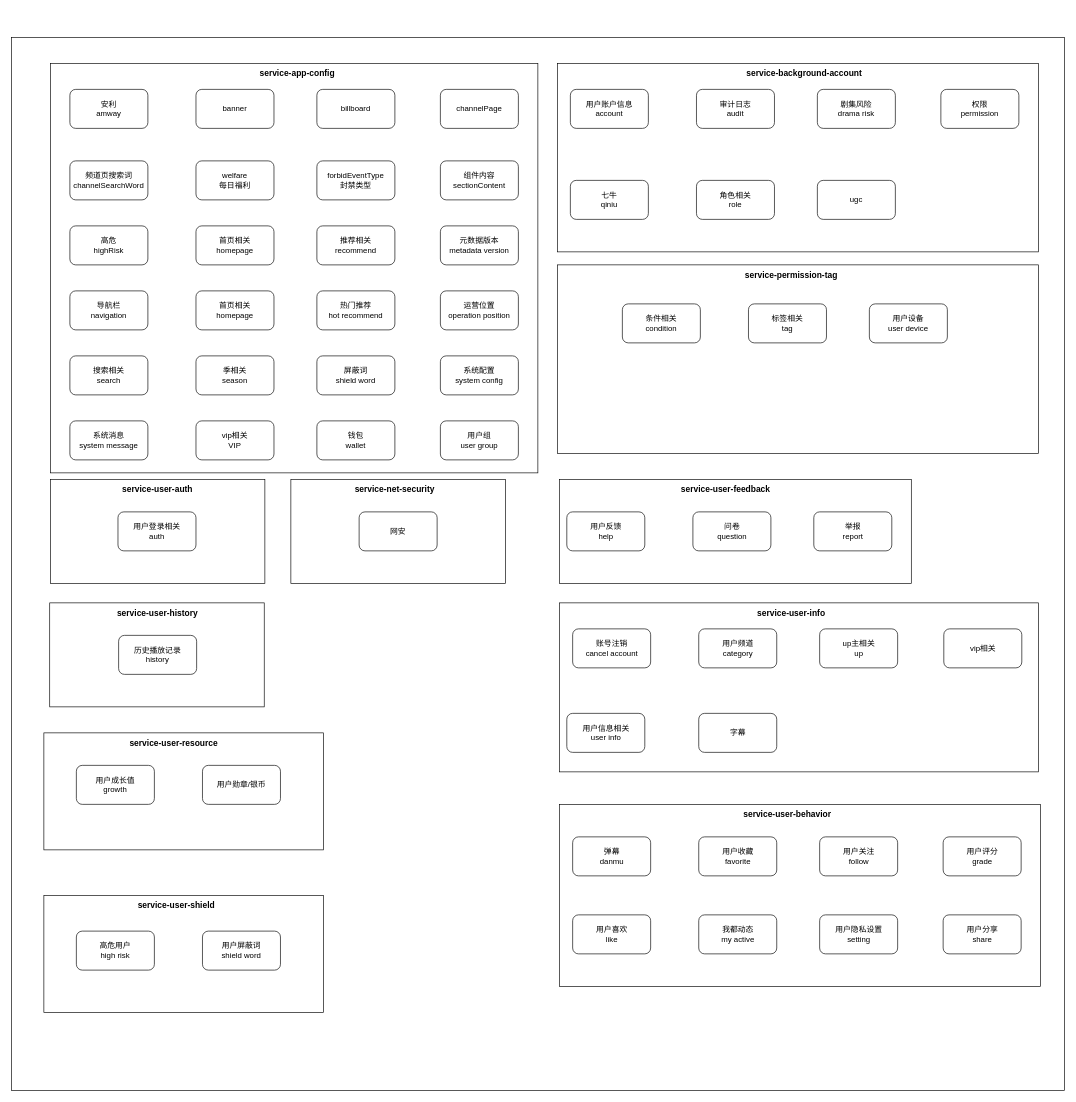
Before: page "All" (12 of 12) of service-app-config.drawio in songmulin/rr-business, a draw.io diagram. Source tidied: cells renumbered, new cells numbered last; positions are measured from the earlier drawing's top-left corner, leaving out a move shared by most shapes. Both pictures are drawn from the tidied source at 65%, with x=0, y=0 at pixel (11, 37).
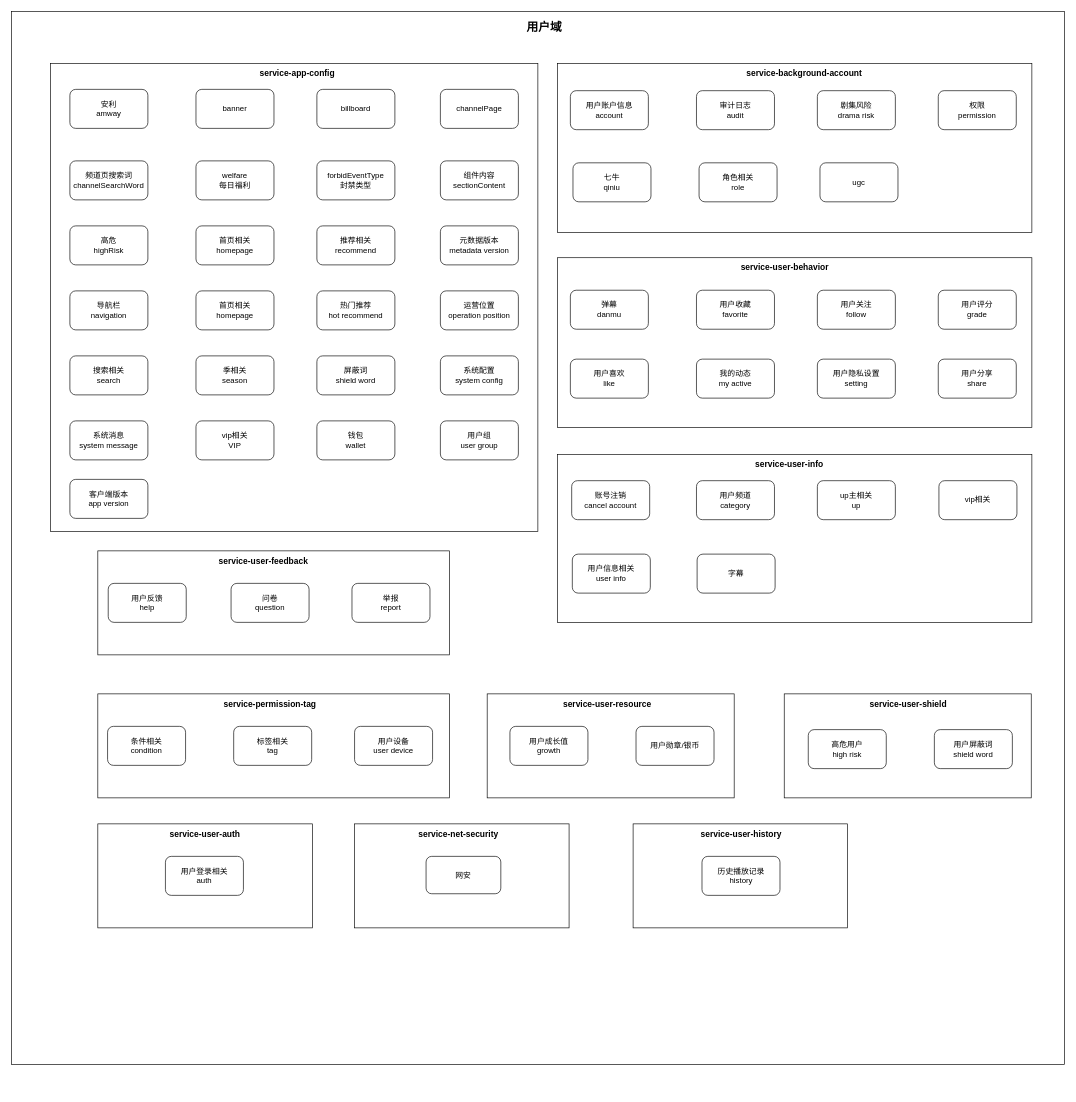
Above is the later version.

Diff of the diagram source:
```diff
@@
     <mxCell id="2" style="whiteSpace=wrap;html=1;" parent="1" vertex="1">
-      <mxGeometry width="1620" height="1620" as="geometry" />
+      <mxGeometry y="-40" width="1620" height="1620" as="geometry" />
     </mxCell>
     <mxCell id="3" style="rounded=0;whiteSpace=wrap;html=1;" parent="1" vertex="1">
-      <mxGeometry x="60" y="40" width="750" height="630" as="geometry" />
+      <mxGeometry x="60" y="40" width="750" height="720" as="geometry" />
     </mxCell>
@@
     <mxCell id="29" style="rounded=0;whiteSpace=wrap;html=1;fontSize=13;strokeWidth=1;" parent="1" vertex="1">
-      <mxGeometry x="840" y="40" width="740" height="290" as="geometry" />
+      <mxGeometry x="840" y="40" width="730" height="260" as="geometry" />
     </mxCell>
     <mxCell id="30" value="用户账户信息&lt;br&gt;account" style="rounded=1;whiteSpace=wrap;html=1;" parent="1" vertex="1">
-      <mxGeometry x="860" y="80" width="120" height="60" as="geometry" />
+      <mxGeometry x="860" y="82" width="120" height="60" as="geometry" />
     </mxCell>
     <mxCell id="31" value="审计日志&lt;br&gt;audit" style="rounded=1;whiteSpace=wrap;html=1;" parent="1" vertex="1">
-      <mxGeometry x="1054" y="80" width="120" height="60" as="geometry" />
+      <mxGeometry x="1054" y="82" width="120" height="60" as="geometry" />
     </mxCell>
     <mxCell id="32" value="剧集风险&lt;br&gt;drama risk" style="rounded=1;whiteSpace=wrap;html=1;" parent="1" vertex="1">
-      <mxGeometry x="1240" y="80" width="120" height="60" as="geometry" />
+      <mxGeometry x="1240" y="82" width="120" height="60" as="geometry" />
     </mxCell>
     <mxCell id="33" value="权限&lt;br&gt;permission" style="rounded=1;whiteSpace=wrap;html=1;" parent="1" vertex="1">
-      <mxGeometry x="1430" y="80" width="120" height="60" as="geometry" />
+      <mxGeometry x="1426" y="82" width="120" height="60" as="geometry" />
     </mxCell>
     <mxCell id="34" value="七牛&lt;br&gt;qiniu" style="rounded=1;whiteSpace=wrap;html=1;" parent="1" vertex="1">
-      <mxGeometry x="860" y="220" width="120" height="60" as="geometry" />
+      <mxGeometry x="864" y="193" width="120" height="60" as="geometry" />
     </mxCell>
     <mxCell id="35" value="角色相关&lt;br&gt;role" style="rounded=1;whiteSpace=wrap;html=1;" parent="1" vertex="1">
-      <mxGeometry x="1054" y="220" width="120" height="60" as="geometry" />
+      <mxGeometry x="1058" y="193" width="120" height="60" as="geometry" />
     </mxCell>
     <mxCell id="36" value="ugc" style="rounded=1;whiteSpace=wrap;html=1;" parent="1" vertex="1">
-      <mxGeometry x="1240" y="220" width="120" height="60" as="geometry" />
+      <mxGeometry x="1244" y="193" width="120" height="60" as="geometry" />
     </mxCell>
@@
-    <mxCell id="38" style="rounded=0;whiteSpace=wrap;html=1;fontSize=13;strokeWidth=1;" parent="1" vertex="1">
-      <mxGeometry x="840" y="350" width="740" height="290" as="geometry" />
-    </mxCell>
-    <mxCell id="39" value="service-permission-tag" style="text;html=1;strokeColor=none;fillColor=none;align=center;verticalAlign=middle;whiteSpace=wrap;rounded=0;strokeWidth=1;fontStyle=1;fontSize=13;" parent="1" vertex="1">
-      <mxGeometry x="1110" y="360" width="180" height="10" as="geometry" />
-    </mxCell>
-    <mxCell id="40" value="条件相关&lt;br&gt;condition" style="rounded=1;whiteSpace=wrap;html=1;" parent="1" vertex="1">
-      <mxGeometry x="940" y="410" width="120" height="60" as="geometry" />
-    </mxCell>
-    <mxCell id="41" value="标签相关&lt;br&gt;tag" style="rounded=1;whiteSpace=wrap;html=1;" parent="1" vertex="1">
-      <mxGeometry x="1134" y="410" width="120" height="60" as="geometry" />
-    </mxCell>
-    <mxCell id="42" value="用户设备&lt;br&gt;user device" style="rounded=1;whiteSpace=wrap;html=1;" parent="1" vertex="1">
-      <mxGeometry x="1320" y="410" width="120" height="60" as="geometry" />
-    </mxCell>
     <mxCell id="43" style="rounded=0;whiteSpace=wrap;html=1;fontSize=13;strokeWidth=1;" parent="1" vertex="1">
-      <mxGeometry x="60" y="680" width="330" height="160" as="geometry" />
+      <mxGeometry x="133" y="1210" width="330" height="160" as="geometry" />
     </mxCell>
     <mxCell id="44" value="service-user-auth" style="text;html=1;strokeColor=none;fillColor=none;align=center;verticalAlign=middle;whiteSpace=wrap;rounded=0;strokeWidth=1;fontStyle=1;fontSize=13;" parent="1" vertex="1">
-      <mxGeometry x="135" y="690" width="180" height="10" as="geometry" />
+      <mxGeometry x="208" y="1220" width="180" height="10" as="geometry" />
     </mxCell>
     <mxCell id="45" value="用户登录相关&lt;br&gt;auth" style="rounded=1;whiteSpace=wrap;html=1;" parent="1" vertex="1">
-      <mxGeometry x="164" y="730" width="120" height="60" as="geometry" />
+      <mxGeometry x="237" y="1260" width="120" height="60" as="geometry" />
     </mxCell>
     <mxCell id="46" style="rounded=0;whiteSpace=wrap;html=1;fontSize=13;strokeWidth=1;" parent="1" vertex="1">
-      <mxGeometry x="430" y="680" width="330" height="160" as="geometry" />
+      <mxGeometry x="528" y="1210" width="330" height="160" as="geometry" />
     </mxCell>
     <mxCell id="47" value="service-net-security" style="text;html=1;strokeColor=none;fillColor=none;align=center;verticalAlign=middle;whiteSpace=wrap;rounded=0;strokeWidth=1;fontStyle=1;fontSize=13;" parent="1" vertex="1">
-      <mxGeometry x="500" y="690" width="180" height="10" as="geometry" />
+      <mxGeometry x="598" y="1220" width="180" height="10" as="geometry" />
     </mxCell>
     <mxCell id="48" value="网安" style="rounded=1;whiteSpace=wrap;html=1;" parent="1" vertex="1">
-      <mxGeometry x="535" y="730" width="120" height="60" as="geometry" />
+      <mxGeometry x="638" y="1260" width="115" height="57.5" as="geometry" />
     </mxCell>
     <mxCell id="49" style="rounded=0;whiteSpace=wrap;html=1;fontSize=13;strokeWidth=1;" parent="1" vertex="1">
-      <mxGeometry x="843.5" y="1180" width="740" height="280" as="geometry" />
+      <mxGeometry x="840" y="339" width="730" height="261" as="geometry" />
     </mxCell>
     <mxCell id="50" value="弹幕&lt;br&gt;danmu" style="rounded=1;whiteSpace=wrap;html=1;" parent="1" vertex="1">
-      <mxGeometry x="863.5" y="1230" width="120" height="60" as="geometry" />
+      <mxGeometry x="860" y="389" width="120" height="60" as="geometry" />
     </mxCell>
     <mxCell id="51" value="用户收藏&lt;br&gt;favorite" style="rounded=1;whiteSpace=wrap;html=1;" parent="1" vertex="1">
-      <mxGeometry x="1057.5" y="1230" width="120" height="60" as="geometry" />
+      <mxGeometry x="1054" y="389" width="120" height="60" as="geometry" />
     </mxCell>
     <mxCell id="52" value="用户关注&lt;br&gt;follow" style="rounded=1;whiteSpace=wrap;html=1;" parent="1" vertex="1">
-      <mxGeometry x="1243.5" y="1230" width="120" height="60" as="geometry" />
+      <mxGeometry x="1240" y="389" width="120" height="60" as="geometry" />
     </mxCell>
     <mxCell id="53" value="用户评分&lt;br&gt;grade" style="rounded=1;whiteSpace=wrap;html=1;" parent="1" vertex="1">
-      <mxGeometry x="1433.5" y="1230" width="120" height="60" as="geometry" />
+      <mxGeometry x="1426" y="389" width="120" height="60" as="geometry" />
     </mxCell>
     <mxCell id="54" value="用户喜欢&lt;br&gt;like" style="rounded=1;whiteSpace=wrap;html=1;" parent="1" vertex="1">
-      <mxGeometry x="863.5" y="1350" width="120" height="60" as="geometry" />
+      <mxGeometry x="860" y="495" width="120" height="60" as="geometry" />
     </mxCell>
-    <mxCell id="55" value="我都动态&lt;br&gt;my active" style="rounded=1;whiteSpace=wrap;html=1;" parent="1" vertex="1">
-      <mxGeometry x="1057.5" y="1350" width="120" height="60" as="geometry" />
+    <mxCell id="55" value="我的动态&lt;br&gt;my active" style="rounded=1;whiteSpace=wrap;html=1;" parent="1" vertex="1">
+      <mxGeometry x="1054" y="495" width="120" height="60" as="geometry" />
     </mxCell>
     <mxCell id="56" value="用户隐私设置&lt;br&gt;setting" style="rounded=1;whiteSpace=wrap;html=1;" parent="1" vertex="1">
-      <mxGeometry x="1243.5" y="1350" width="120" height="60" as="geometry" />
+      <mxGeometry x="1240" y="495" width="120" height="60" as="geometry" />
     </mxCell>
     <mxCell id="57" value="用户分享&lt;br&gt;share" style="rounded=1;whiteSpace=wrap;html=1;" parent="1" vertex="1">
-      <mxGeometry x="1433.5" y="1350" width="120" height="60" as="geometry" />
+      <mxGeometry x="1426" y="495" width="120" height="60" as="geometry" />
     </mxCell>
     <mxCell id="58" value="service-user-behavior" style="text;html=1;strokeColor=none;fillColor=none;align=center;verticalAlign=middle;whiteSpace=wrap;rounded=0;strokeWidth=1;fontStyle=1;fontSize=13;" parent="1" vertex="1">
-      <mxGeometry x="1103.5" y="1190" width="180" height="10" as="geometry" />
+      <mxGeometry x="1100" y="349" width="180" height="10" as="geometry" />
     </mxCell>
     <mxCell id="59" style="rounded=0;whiteSpace=wrap;html=1;fontSize=13;strokeWidth=1;" parent="1" vertex="1">
-      <mxGeometry x="843.5" y="680" width="541" height="160" as="geometry" />
+      <mxGeometry x="133" y="790" width="541" height="160" as="geometry" />
     </mxCell>
     <mxCell id="60" value="用户反馈&lt;br&gt;help" style="rounded=1;whiteSpace=wrap;html=1;" parent="1" vertex="1">
-      <mxGeometry x="854.5" y="730" width="120" height="60" as="geometry" />
+      <mxGeometry x="149" y="840" width="120" height="60" as="geometry" />
     </mxCell>
     <mxCell id="61" value="问卷&lt;br&gt;question" style="rounded=1;whiteSpace=wrap;html=1;" parent="1" vertex="1">
-      <mxGeometry x="1048.5" y="730" width="120" height="60" as="geometry" />
+      <mxGeometry x="338" y="840" width="120" height="60" as="geometry" />
     </mxCell>
     <mxCell id="62" value="举报&lt;br&gt;report" style="rounded=1;whiteSpace=wrap;html=1;" parent="1" vertex="1">
-      <mxGeometry x="1234.5" y="730" width="120" height="60" as="geometry" />
+      <mxGeometry x="524" y="840" width="120" height="60" as="geometry" />
     </mxCell>
     <mxCell id="63" value="service-user-feedback" style="text;html=1;strokeColor=none;fillColor=none;align=center;verticalAlign=middle;whiteSpace=wrap;rounded=0;strokeWidth=1;fontStyle=1;fontSize=13;" parent="1" vertex="1">
-      <mxGeometry x="1008.5" y="690" width="180" height="10" as="geometry" />
+      <mxGeometry x="298" y="800" width="180" height="10" as="geometry" />
     </mxCell>
     <mxCell id="64" style="rounded=0;whiteSpace=wrap;html=1;fontSize=13;strokeWidth=1;" parent="1" vertex="1">
-      <mxGeometry x="59" y="870" width="330" height="160" as="geometry" />
+      <mxGeometry x="956.5" y="1210" width="330" height="160" as="geometry" />
     </mxCell>
     <mxCell id="65" value="service-user-history" style="text;html=1;strokeColor=none;fillColor=none;align=center;verticalAlign=middle;whiteSpace=wrap;rounded=0;strokeWidth=1;fontStyle=1;fontSize=13;" parent="1" vertex="1">
-      <mxGeometry x="135" y="880" width="180" height="10" as="geometry" />
+      <mxGeometry x="1032.5" y="1220" width="180" height="10" as="geometry" />
     </mxCell>
     <mxCell id="66" value="历史播放记录&lt;br&gt;history" style="rounded=1;whiteSpace=wrap;html=1;" parent="1" vertex="1">
-      <mxGeometry x="165" y="920" width="120" height="60" as="geometry" />
+      <mxGeometry x="1062.5" y="1260" width="120" height="60" as="geometry" />
     </mxCell>
     <mxCell id="67" style="rounded=0;whiteSpace=wrap;html=1;fontSize=13;strokeWidth=1;" parent="1" vertex="1">
-      <mxGeometry x="843.5" y="870" width="736.5" height="260" as="geometry" />
+      <mxGeometry x="840" y="642" width="730" height="258" as="geometry" />
     </mxCell>
     <mxCell id="68" value="service-user-info" style="text;html=1;strokeColor=none;fillColor=none;align=center;verticalAlign=middle;whiteSpace=wrap;rounded=0;strokeWidth=1;fontStyle=1;fontSize=13;" parent="1" vertex="1">
-      <mxGeometry x="1110" y="880" width="180" height="10" as="geometry" />
+      <mxGeometry x="1106.5" y="652" width="180" height="10" as="geometry" />
     </mxCell>
     <mxCell id="69" value="账号注销&lt;br&gt;cancel account" style="rounded=1;whiteSpace=wrap;html=1;" parent="1" vertex="1">
-      <mxGeometry x="863.5" y="910" width="120" height="60" as="geometry" />
+      <mxGeometry x="862" y="682" width="120" height="60" as="geometry" />
     </mxCell>
     <mxCell id="70" value="用户频道&lt;br&gt;category" style="rounded=1;whiteSpace=wrap;html=1;" parent="1" vertex="1">
-      <mxGeometry x="1057.5" y="910" width="120" height="60" as="geometry" />
+      <mxGeometry x="1054" y="682" width="120" height="60" as="geometry" />
     </mxCell>
     <mxCell id="71" value="up主相关&lt;br&gt;up" style="rounded=1;whiteSpace=wrap;html=1;" parent="1" vertex="1">
-      <mxGeometry x="1243.5" y="910" width="120" height="60" as="geometry" />
+      <mxGeometry x="1240" y="682" width="120" height="60" as="geometry" />
     </mxCell>
     <mxCell id="72" value="vip相关" style="rounded=1;whiteSpace=wrap;html=1;" parent="1" vertex="1">
-      <mxGeometry x="1434.5" y="910" width="120" height="60" as="geometry" />
+      <mxGeometry x="1427" y="682" width="120" height="60" as="geometry" />
     </mxCell>
     <mxCell id="73" value="用户信息相关&lt;br&gt;user info" style="rounded=1;whiteSpace=wrap;html=1;" parent="1" vertex="1">
-      <mxGeometry x="854.5" y="1040" width="120" height="60" as="geometry" />
+      <mxGeometry x="863" y="795" width="120" height="60" as="geometry" />
     </mxCell>
     <mxCell id="74" value="字幕" style="rounded=1;whiteSpace=wrap;html=1;" parent="1" vertex="1">
-      <mxGeometry x="1057.5" y="1040" width="120" height="60" as="geometry" />
+      <mxGeometry x="1055" y="795" width="120" height="60" as="geometry" />
     </mxCell>
     <mxCell id="75" style="rounded=0;whiteSpace=wrap;html=1;fontSize=13;strokeWidth=1;" parent="1" vertex="1">
-      <mxGeometry x="50" y="1070" width="430" height="180" as="geometry" />
+      <mxGeometry x="732" y="1010" width="380" height="160" as="geometry" />
     </mxCell>
     <mxCell id="76" value="用户成长值&lt;br&gt;growth" style="rounded=1;whiteSpace=wrap;html=1;" parent="1" vertex="1">
-      <mxGeometry x="100" y="1120" width="120" height="60" as="geometry" />
+      <mxGeometry x="767" y="1060" width="120" height="60" as="geometry" />
     </mxCell>
     <mxCell id="77" value="用户勋章/银币" style="rounded=1;whiteSpace=wrap;html=1;" parent="1" vertex="1">
-      <mxGeometry x="294" y="1120" width="120" height="60" as="geometry" />
+      <mxGeometry x="961" y="1060" width="120" height="60" as="geometry" />
     </mxCell>
     <mxCell id="78" value="service-user-resource" style="text;html=1;strokeColor=none;fillColor=none;align=center;verticalAlign=middle;whiteSpace=wrap;rounded=0;strokeWidth=1;fontStyle=1;fontSize=13;" parent="1" vertex="1">
-      <mxGeometry x="160" y="1080" width="180" height="10" as="geometry" />
+      <mxGeometry x="827" y="1020" width="180" height="10" as="geometry" />
     </mxCell>
     <mxCell id="79" style="rounded=0;whiteSpace=wrap;html=1;fontSize=13;strokeWidth=1;" parent="1" vertex="1">
-      <mxGeometry x="50" y="1320" width="430" height="180" as="geometry" />
+      <mxGeometry x="1189" y="1010" width="380" height="160" as="geometry" />
     </mxCell>
     <mxCell id="80" value="service-user-shield" style="text;html=1;strokeColor=none;fillColor=none;align=center;verticalAlign=middle;whiteSpace=wrap;rounded=0;strokeWidth=1;fontStyle=1;fontSize=13;" parent="1" vertex="1">
-      <mxGeometry x="164" y="1330" width="180" height="10" as="geometry" />
+      <mxGeometry x="1290" y="1020" width="180" height="10" as="geometry" />
     </mxCell>
     <mxCell id="81" value="高危用户&lt;br&gt;high risk" style="rounded=1;whiteSpace=wrap;html=1;" parent="1" vertex="1">
-      <mxGeometry x="100" y="1375" width="120" height="60" as="geometry" />
+      <mxGeometry x="1226" y="1065" width="120" height="60" as="geometry" />
     </mxCell>
     <mxCell id="82" value="用户屏蔽词&lt;br&gt;shield word" style="rounded=1;whiteSpace=wrap;html=1;" parent="1" vertex="1">
-      <mxGeometry x="294" y="1375" width="120" height="60" as="geometry" />
+      <mxGeometry x="1420" y="1065" width="120" height="60" as="geometry" />
     </mxCell>
+    <mxCell id="83" value="用户域" style="text;html=1;strokeColor=none;fillColor=none;align=center;verticalAlign=middle;whiteSpace=wrap;rounded=0;fontSize=18;fontStyle=1;" parent="1" vertex="1">
+      <mxGeometry x="760" y="-30" width="120" height="30" as="geometry" />
+    </mxCell>
+    <mxCell id="84" value="客户端版本&lt;br&gt;app version" style="rounded=1;whiteSpace=wrap;html=1;" parent="1" vertex="1">
+      <mxGeometry x="90" y="680" width="120" height="60" as="geometry" />
+    </mxCell>
+    <mxCell id="85" style="rounded=0;whiteSpace=wrap;html=1;fontSize=13;strokeWidth=1;" parent="1" vertex="1">
+      <mxGeometry x="133" y="1010" width="541" height="160" as="geometry" />
+    </mxCell>
+    <mxCell id="40" value="条件相关&lt;br&gt;condition" style="rounded=1;whiteSpace=wrap;html=1;" parent="1" vertex="1">
+      <mxGeometry x="148" y="1060" width="120" height="60" as="geometry" />
+    </mxCell>
+    <mxCell id="41" value="标签相关&lt;br&gt;tag" style="rounded=1;whiteSpace=wrap;html=1;" parent="1" vertex="1">
+      <mxGeometry x="342" y="1060" width="120" height="60" as="geometry" />
+    </mxCell>
+    <mxCell id="42" value="用户设备&lt;br&gt;user device" style="rounded=1;whiteSpace=wrap;html=1;" parent="1" vertex="1">
+      <mxGeometry x="528" y="1060" width="120" height="60" as="geometry" />
+    </mxCell>
+    <mxCell id="39" value="service-permission-tag" style="text;html=1;strokeColor=none;fillColor=none;align=center;verticalAlign=middle;whiteSpace=wrap;rounded=0;strokeWidth=1;fontStyle=1;fontSize=13;" parent="1" vertex="1">
+      <mxGeometry x="308" y="1020" width="180" height="10" as="geometry" />
+    </mxCell>
```
